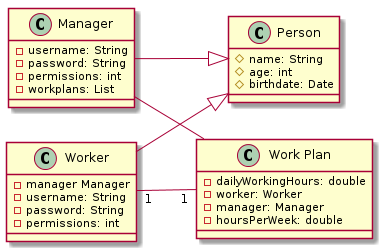
Earlier version of the PlantUML export docs/images/klassendia.png (1920-3ahif-syp/03-main-projects-with-admin-workmanager2). The source it was exported from:
```plantuml
@startuml
left to right direction
class Manager {
  -username: String
  -password: String
  -permissions: int
  -workplans: List
}
class Worker {
  -manager Manager
  -username: String
  -password: String
  -permissions: int
}
class Person {
    #name: String
    #age: int
    #birthdate: Date
}
class "Work Plan" {
  -dailyWorkingHours: double
  -worker: Worker
  -manager: Manager
  -hoursPerWeek: double
}


Worker --|> Person
Manager --|> Person
Worker "1" -- "1" "Work Plan"
Manager -- "Work Plan"

@enduml
```
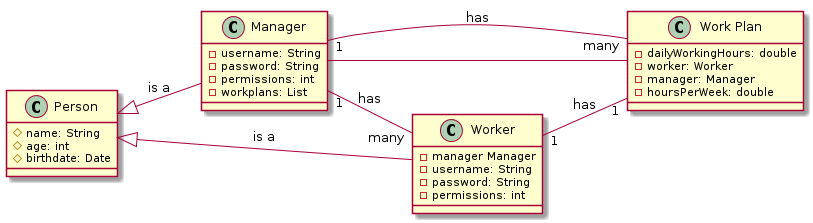
The same file after the commit.

Diff of the diagram source:
```diff
@@ -24,10 +24,11 @@
   -hoursPerWeek: double
 }
 
-
-Worker --|> Person
-Manager --|> Person
-Worker "1" -- "1" "Work Plan"
+Person <|-- Worker : is a
+Person <|-- Manager : is a
+Manager "1" -- "many" "Work Plan" : has
+Manager "1" -- "many" "Worker" : has
+Worker "1" -- "1" "Work Plan" : has
 Manager -- "Work Plan"
 
 @enduml
```
